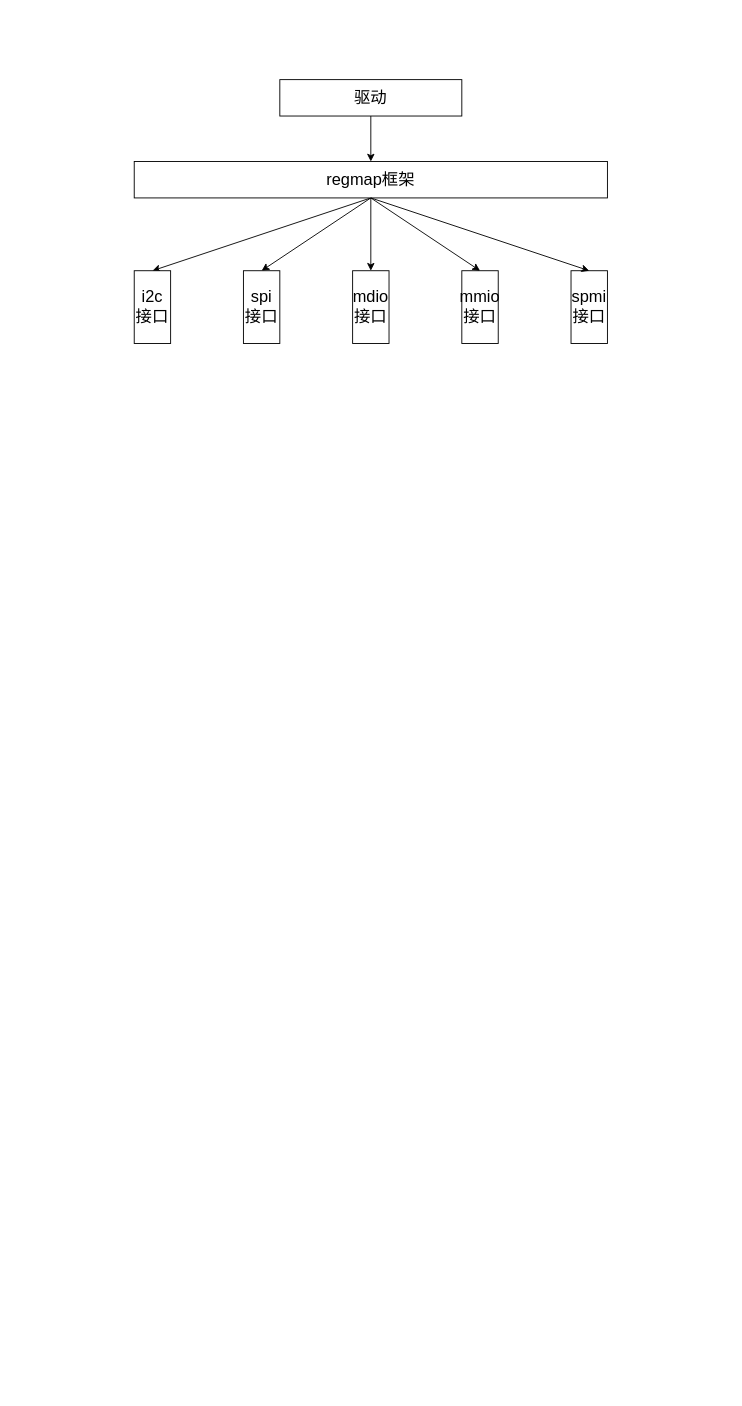
zc110747/build_embed_linux_system keeps this draw.io diagram as page "regmap" (7 of 10) of src/file/tree.drawio. Above is the earlier version. Source tidied: cells renumbered, new cells numbered last; positions are measured from the earlier drawing's top-left corner, leaving out a move shared by most shapes. Both pictures are drawn from the tidied source at 91%, with x=0, y=0 at pixel (134, 79).
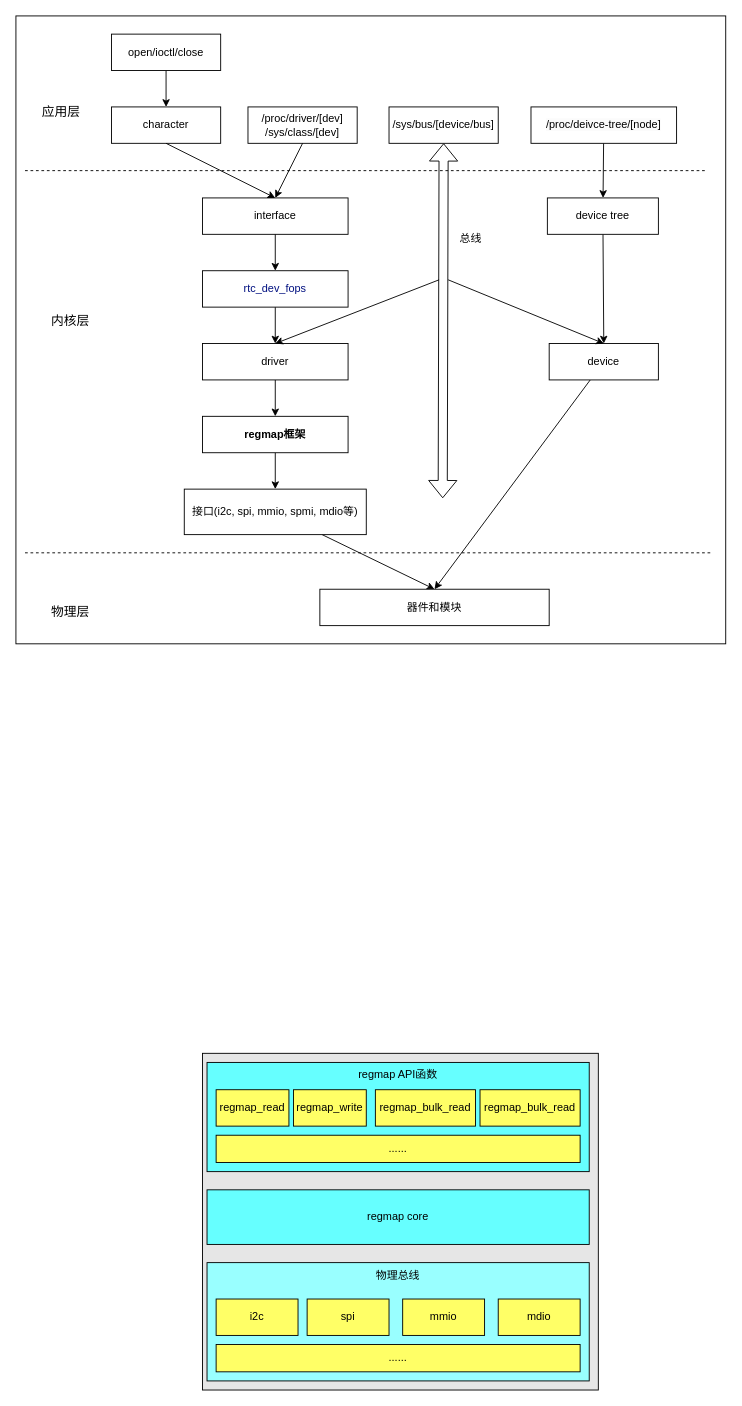
The same page after the edit.

The edit, as a diff of the source:
```diff
@@
+    <mxCell id="15" style="rounded=0;whiteSpace=wrap;html=1;fillColor=#E6E6E6;" parent="1" vertex="1">
+      <mxGeometry x="75" y="1070" width="435" height="370" as="geometry" />
+    </mxCell>
+    <mxCell id="16" style="rounded=0;whiteSpace=wrap;html=1;fontSize=12;" parent="1" vertex="1">
+      <mxGeometry x="-130" y="-70" width="780" height="690" as="geometry" />
+    </mxCell>
-    <mxCell id="2" style="edgeStyle=none;html=1;fontSize=18;" parent="1" edge="1" source="3" target="6">
+    <mxCell id="2" style="edgeStyle=none;html=1;fontSize=12;startArrow=none;startFill=0;endArrow=classic;endFill=1;" parent="1" edge="1" source="3" target="6">
       <mxGeometry relative="1" as="geometry" />
     </mxCell>
-    <mxCell id="3" value="驱动" style="rounded=0;whiteSpace=wrap;html=1;fontSize=18;" parent="1" vertex="1">
-      <mxGeometry x="160" width="200" height="40" as="geometry" />
+    <mxCell id="3" value="driver" style="rounded=0;whiteSpace=wrap;html=1;fontSize=12;" parent="1" vertex="1">
+      <mxGeometry x="75" y="290" width="160" height="40" as="geometry" />
     </mxCell>
-    <mxCell id="4" style="edgeStyle=none;html=1;entryX=0.5;entryY=0;entryDx=0;entryDy=0;fontSize=18;exitX=0.5;exitY=1;exitDx=0;exitDy=0;" parent="1" edge="1" source="6" target="7">
-      <mxGeometry relative="1" as="geometry" />
-    </mxCell>
-    <mxCell id="5" style="edgeStyle=none;html=1;exitX=0.5;exitY=1;exitDx=0;exitDy=0;entryX=0.5;entryY=0;entryDx=0;entryDy=0;fontSize=18;" parent="1" edge="1" source="6" target="8">
-      <mxGeometry relative="1" as="geometry" />
-    </mxCell>
+    <mxCell id="12" style="edgeStyle=none;html=1;fontSize=12;startArrow=none;startFill=0;endArrow=classic;endFill=1;entryX=0.5;entryY=0;entryDx=0;entryDy=0;" parent="1" edge="1" source="6" target="9">
+      <mxGeometry relative="1" as="geometry" />
+    </mxCell>
-    <mxCell id="6" value="regmap框架" style="rounded=0;whiteSpace=wrap;html=1;fontSize=18;" parent="1" vertex="1">
-      <mxGeometry y="90" width="520" height="40" as="geometry" />
+    <mxCell id="6" value="&lt;b&gt;regmap框架&lt;/b&gt;" style="rounded=0;whiteSpace=wrap;html=1;fontSize=12;" parent="1" vertex="1">
+      <mxGeometry x="75" y="370" width="160" height="40" as="geometry" />
     </mxCell>
-    <mxCell id="7" value="i2c&lt;br style=&quot;font-size: 18px;&quot;&gt;接口" style="rounded=0;whiteSpace=wrap;html=1;fontSize=18;" parent="1" vertex="1">
-      <mxGeometry y="210" width="40" height="80" as="geometry" />
-    </mxCell>
-    <mxCell id="8" value="spi&lt;br style=&quot;font-size: 18px;&quot;&gt;接口" style="rounded=0;whiteSpace=wrap;html=1;fontSize=18;" parent="1" vertex="1">
-      <mxGeometry x="120" y="210" width="40" height="80" as="geometry" />
-    </mxCell>
+    <mxCell id="17" style="edgeStyle=none;html=1;entryX=0.5;entryY=0;entryDx=0;entryDy=0;fontSize=12;startArrow=none;startFill=0;endArrow=classic;endFill=1;" parent="1" edge="1" source="9" target="28">
+      <mxGeometry relative="1" as="geometry" />
+    </mxCell>
-    <mxCell id="9" value="mdio&lt;br style=&quot;font-size: 18px;&quot;&gt;接口" style="rounded=0;whiteSpace=wrap;html=1;fontSize=18;" parent="1" vertex="1">
-      <mxGeometry x="240" y="210" width="40" height="80" as="geometry" />
+    <mxCell id="9" value="接口(i2c, spi, mmio, spmi, mdio等)" style="rounded=0;whiteSpace=wrap;html=1;fontSize=12;" parent="1" vertex="1">
+      <mxGeometry x="55" y="450" width="200" height="50" as="geometry" />
     </mxCell>
-    <mxCell id="10" value="mmio&lt;br style=&quot;font-size: 18px;&quot;&gt;接口" style="rounded=0;whiteSpace=wrap;html=1;fontSize=18;" parent="1" vertex="1">
-      <mxGeometry x="360" y="210" width="40" height="80" as="geometry" />
-    </mxCell>
-    <mxCell id="11" value="spmi&lt;br style=&quot;font-size: 18px;&quot;&gt;接口" style="rounded=0;whiteSpace=wrap;html=1;fontSize=18;" parent="1" vertex="1">
-      <mxGeometry x="480" y="210" width="40" height="80" as="geometry" />
-    </mxCell>
-    <mxCell id="12" style="endArrow=classic;html=1;fontSize=18;exitX=0.5;exitY=1;exitDx=0;exitDy=0;entryX=0.5;entryY=0;entryDx=0;entryDy=0;" parent="1" edge="1" source="6" target="9">
-      <mxGeometry relative="1" as="geometry" />
-    </mxCell>
-    <mxCell id="13" style="endArrow=classic;html=1;fontSize=18;entryX=0.5;entryY=0;entryDx=0;entryDy=0;exitX=0.5;exitY=1;exitDx=0;exitDy=0;" parent="1" edge="1" source="6" target="10">
-      <mxGeometry relative="1" as="geometry" />
-    </mxCell>
-    <mxCell id="14" style="endArrow=classic;html=1;fontSize=18;exitX=0.5;exitY=1;exitDx=0;exitDy=0;entryX=0.5;entryY=0;entryDx=0;entryDy=0;" parent="1" edge="1" source="6" target="11">
-      <mxGeometry relative="1" as="geometry" />
-    </mxCell>
+    <mxCell id="18" style="edgeStyle=none;html=1;entryX=0.5;entryY=0;entryDx=0;entryDy=0;fontSize=12;startArrow=none;startFill=0;endArrow=classic;endFill=1;" parent="1" edge="1" source="19" target="28">
+      <mxGeometry relative="1" as="geometry" />
+    </mxCell>
+    <mxCell id="19" value="device" style="rounded=0;whiteSpace=wrap;html=1;fontSize=12;" parent="1" vertex="1">
+      <mxGeometry x="456" y="290" width="120" height="40" as="geometry" />
+    </mxCell>
+    <mxCell id="20" style="shape=flexArrow;endArrow=classic;startArrow=classic;html=1;fontSize=12;entryX=0.5;entryY=1;entryDx=0;entryDy=0;" parent="1" edge="1" target="31">
+      <mxGeometry relative="1" as="geometry">
+        <mxPoint x="339" y="460" as="sourcePoint" />
+      </mxGeometry>
+    </mxCell>
+    <mxCell id="21" style="endArrow=none;startArrow=classic;html=1;exitX=0.5;exitY=0;exitDx=0;exitDy=0;startFill=1;endFill=0;fontSize=12;" parent="1" edge="1" source="3">
+      <mxGeometry relative="1" as="geometry">
+        <mxPoint x="335" y="220" as="targetPoint" />
+      </mxGeometry>
+    </mxCell>
+    <mxCell id="22" style="endArrow=classic;html=1;entryX=0.5;entryY=0;entryDx=0;entryDy=0;fontSize=12;" parent="1" edge="1" target="19">
+      <mxGeometry relative="1" as="geometry">
+        <mxPoint x="345" y="220" as="sourcePoint" />
+      </mxGeometry>
+    </mxCell>
+    <mxCell id="23" value="总线" style="text;html=1;strokeColor=none;fillColor=none;align=center;verticalAlign=middle;whiteSpace=wrap;rounded=0;fontSize=12;" parent="1" vertex="1">
+      <mxGeometry x="349" y="160" width="42" height="30" as="geometry" />
+    </mxCell>
+    <mxCell id="24" style="edgeStyle=none;html=1;entryX=0.5;entryY=0;entryDx=0;entryDy=0;startArrow=none;startFill=0;endArrow=classic;endFill=1;fontSize=12;" parent="1" edge="1" source="25" target="19">
+      <mxGeometry relative="1" as="geometry" />
+    </mxCell>
+    <mxCell id="25" value="device tree" style="rounded=0;whiteSpace=wrap;html=1;fontSize=12;" parent="1" vertex="1">
+      <mxGeometry x="454" y="130" width="122" height="40" as="geometry" />
+    </mxCell>
+    <mxCell id="26" style="edgeStyle=none;html=1;startArrow=none;startFill=0;endArrow=classic;endFill=1;fontSize=12;" parent="1" edge="1" source="27" target="3">
+      <mxGeometry relative="1" as="geometry" />
+    </mxCell>
+    <mxCell id="27" value="&lt;div style=&quot;background-color: rgb(255, 255, 255); font-size: 12px; line-height: 19px;&quot;&gt;&lt;span style=&quot;color: rgb(0, 16, 128); font-size: 12px;&quot;&gt;rtc_dev_fops&lt;/span&gt;&lt;br style=&quot;font-size: 12px;&quot;&gt;&lt;/div&gt;" style="rounded=0;whiteSpace=wrap;html=1;fontFamily=Helvetica;fontSize=12;fontColor=#000000;" parent="1" vertex="1">
+      <mxGeometry x="75" y="210" width="160" height="40" as="geometry" />
+    </mxCell>
+    <mxCell id="28" value="器件和模块" style="rounded=0;whiteSpace=wrap;html=1;fontSize=12;" parent="1" vertex="1">
+      <mxGeometry x="204" y="560" width="252" height="40" as="geometry" />
+    </mxCell>
+    <mxCell id="29" style="endArrow=none;dashed=1;html=1;fontSize=12;" parent="1" edge="1">
+      <mxGeometry relative="1" as="geometry">
+        <mxPoint x="-120" y="520" as="sourcePoint" />
+        <mxPoint x="635" y="520" as="targetPoint" />
+      </mxGeometry>
+    </mxCell>
+    <mxCell id="30" value="character" style="rounded=0;whiteSpace=wrap;html=1;" parent="1" vertex="1">
+      <mxGeometry x="-25" y="30" width="120" height="40" as="geometry" />
+    </mxCell>
+    <mxCell id="31" value="/sys/bus/[device/bus]" style="rounded=0;whiteSpace=wrap;html=1;" parent="1" vertex="1">
+      <mxGeometry x="280" y="30" width="120" height="40" as="geometry" />
+    </mxCell>
+    <mxCell id="32" style="edgeStyle=none;html=1;fontSize=12;startArrow=none;startFill=0;endArrow=classic;endFill=1;" parent="1" edge="1" source="33" target="25">
+      <mxGeometry relative="1" as="geometry" />
+    </mxCell>
+    <mxCell id="33" value="&lt;div style=&quot;background-color: rgb(255, 255, 255); font-size: 12px; line-height: 19px;&quot;&gt;&lt;span style=&quot;background-color: rgb(251, 251, 251);&quot;&gt;/proc/deivce-tree/[node]&lt;/span&gt;&lt;br&gt;&lt;/div&gt;" style="rounded=0;whiteSpace=wrap;html=1;fontColor=#000000;fontFamily=Helvetica;fontSize=12;" parent="1" vertex="1">
+      <mxGeometry x="436" y="30" width="160" height="40" as="geometry" />
+    </mxCell>
+    <mxCell id="34" value="/proc/driver/[dev]&lt;br&gt;/sys/class/[dev]" style="rounded=0;whiteSpace=wrap;html=1;" parent="1" vertex="1">
+      <mxGeometry x="125" y="30" width="120" height="40" as="geometry" />
+    </mxCell>
+    <mxCell id="35" value="interface" style="rounded=0;whiteSpace=wrap;html=1;" parent="1" vertex="1">
+      <mxGeometry x="75" y="130" width="160" height="40" as="geometry" />
+    </mxCell>
+    <mxCell id="36" style="edgeStyle=none;html=1;entryX=0.5;entryY=0;entryDx=0;entryDy=0;fontSize=12;startArrow=none;startFill=0;endArrow=classic;endFill=1;" parent="1" edge="1" source="37" target="30">
+      <mxGeometry relative="1" as="geometry" />
+    </mxCell>
+    <mxCell id="37" value="open/ioctl/close" style="rounded=0;whiteSpace=wrap;html=1;" parent="1" vertex="1">
+      <mxGeometry x="-25" y="-50" width="120" height="40" as="geometry" />
+    </mxCell>
+    <mxCell id="38" style="endArrow=none;dashed=1;html=1;fontSize=12;" parent="1" edge="1">
+      <mxGeometry relative="1" as="geometry">
+        <mxPoint x="-120" y="100" as="sourcePoint" />
+        <mxPoint x="630" y="100" as="targetPoint" />
+      </mxGeometry>
+    </mxCell>
+    <mxCell id="39" style="endArrow=classic;html=1;fontSize=12;exitX=0.5;exitY=1;exitDx=0;exitDy=0;entryX=0.5;entryY=0;entryDx=0;entryDy=0;" parent="1" edge="1" source="35" target="27">
+      <mxGeometry relative="1" as="geometry" />
+    </mxCell>
+    <mxCell id="40" style="endArrow=classic;html=1;fontSize=12;exitX=0.5;exitY=1;exitDx=0;exitDy=0;entryX=0.5;entryY=0;entryDx=0;entryDy=0;" parent="1" edge="1" source="34" target="35">
+      <mxGeometry relative="1" as="geometry" />
+    </mxCell>
+    <mxCell id="41" style="endArrow=classic;html=1;fontSize=12;exitX=0.5;exitY=1;exitDx=0;exitDy=0;entryX=0.5;entryY=0;entryDx=0;entryDy=0;" parent="1" edge="1" source="30" target="35">
+      <mxGeometry relative="1" as="geometry" />
+    </mxCell>
+    <mxCell id="42" value="应用层" style="text;html=1;strokeColor=none;fillColor=none;align=center;verticalAlign=middle;whiteSpace=wrap;rounded=0;fontSize=14;" parent="1" vertex="1">
+      <mxGeometry x="-110" y="20" width="60" height="30" as="geometry" />
+    </mxCell>
+    <mxCell id="43" value="内核层" style="text;html=1;strokeColor=none;fillColor=none;align=center;verticalAlign=middle;whiteSpace=wrap;rounded=0;fontSize=14;" parent="1" vertex="1">
+      <mxGeometry x="-100" y="250" width="60" height="30" as="geometry" />
+    </mxCell>
+    <mxCell id="44" value="物理层" style="text;html=1;strokeColor=none;fillColor=none;align=center;verticalAlign=middle;whiteSpace=wrap;rounded=0;fontSize=14;" parent="1" vertex="1">
+      <mxGeometry x="-100" y="570" width="60" height="30" as="geometry" />
+    </mxCell>
+    <mxCell id="45" value="物理总线" style="rounded=0;whiteSpace=wrap;html=1;align=center;horizontal=1;verticalAlign=top;fillColor=#99FFFF;" parent="1" vertex="1">
+      <mxGeometry x="80" y="1300" width="420" height="130" as="geometry" />
+    </mxCell>
+    <mxCell id="46" value="i2c" style="rounded=0;whiteSpace=wrap;html=1;fillColor=#FFFF66;" parent="1" vertex="1">
+      <mxGeometry x="90" y="1340" width="90" height="40" as="geometry" />
+    </mxCell>
+    <mxCell id="47" value="spi" style="rounded=0;whiteSpace=wrap;html=1;fillColor=#FFFF66;" parent="1" vertex="1">
+      <mxGeometry x="190" y="1340" width="90" height="40" as="geometry" />
+    </mxCell>
+    <mxCell id="48" value="mmio" style="rounded=0;whiteSpace=wrap;html=1;fillColor=#FFFF66;" parent="1" vertex="1">
+      <mxGeometry x="295" y="1340" width="90" height="40" as="geometry" />
+    </mxCell>
+    <mxCell id="49" value="mdio" style="rounded=0;whiteSpace=wrap;html=1;fillColor=#FFFF66;" parent="1" vertex="1">
+      <mxGeometry x="400" y="1340" width="90" height="40" as="geometry" />
+    </mxCell>
+    <mxCell id="50" value="regmap core" style="rounded=0;whiteSpace=wrap;html=1;fillColor=#66FFFF;" parent="1" vertex="1">
+      <mxGeometry x="80" y="1220" width="420" height="60" as="geometry" />
+    </mxCell>
+    <mxCell id="51" value="regmap API函数" style="rounded=0;whiteSpace=wrap;html=1;verticalAlign=top;fillColor=#66FFFF;" parent="1" vertex="1">
+      <mxGeometry x="80" y="1080" width="420" height="120" as="geometry" />
+    </mxCell>
+    <mxCell id="52" value="regmap_read" style="rounded=0;whiteSpace=wrap;html=1;fillColor=#FFFF66;" parent="1" vertex="1">
+      <mxGeometry x="90" y="1110" width="80" height="40" as="geometry" />
+    </mxCell>
+    <mxCell id="53" value="......" style="rounded=0;whiteSpace=wrap;html=1;fillColor=#FFFF66;" parent="1" vertex="1">
+      <mxGeometry x="90" y="1390" width="400" height="30" as="geometry" />
+    </mxCell>
+    <mxCell id="54" value="......" style="rounded=0;whiteSpace=wrap;html=1;fillColor=#FFFF66;" parent="1" vertex="1">
+      <mxGeometry x="90" y="1160" width="400" height="30" as="geometry" />
+    </mxCell>
+    <mxCell id="55" value="regmap_write" style="rounded=0;whiteSpace=wrap;html=1;fillColor=#FFFF66;" parent="1" vertex="1">
+      <mxGeometry x="175" y="1110" width="80" height="40" as="geometry" />
+    </mxCell>
+    <mxCell id="56" value="regmap_bulk_read" style="rounded=0;whiteSpace=wrap;html=1;fillColor=#FFFF66;" parent="1" vertex="1">
+      <mxGeometry x="265" y="1110" width="110" height="40" as="geometry" />
+    </mxCell>
+    <mxCell id="57" value="regmap_bulk_read" style="rounded=0;whiteSpace=wrap;html=1;fillColor=#FFFF66;" parent="1" vertex="1">
+      <mxGeometry x="380" y="1110" width="110" height="40" as="geometry" />
+    </mxCell>
```
